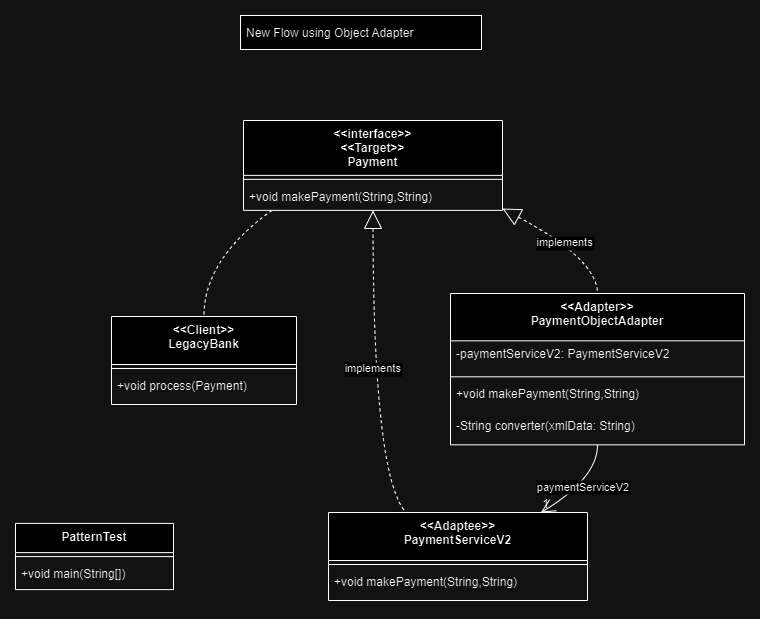
Above: docs/gurupalaniveltech.learning.structural.adapter/newflow_object.drawio.png in gurupalaniveltech/design-pattern (draw.io), before the change. Source tidied: cells renumbered, new cells last; positions are measured from the earlier drawing's top-left corner, leaving out a move shared by most shapes.
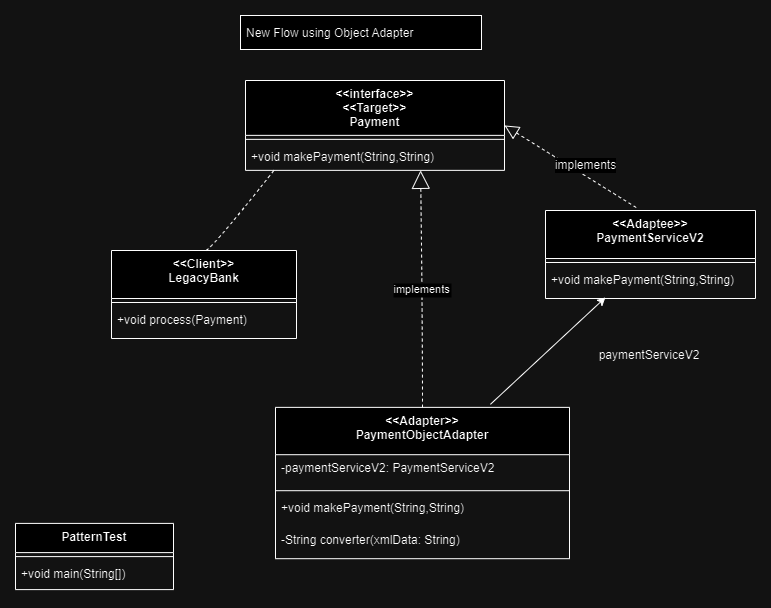
After the change.

The edit, as a diff of the source:
```diff
@@ -12,7 +12,7 @@
       <mxGeometry y="37.2" width="158" height="29" as="geometry" />
     </mxCell>
     <mxCell id="5" value="&lt;&lt;Client&gt;&gt;&#10;LegacyBank" style="swimlane;fontStyle=1;align=center;verticalAlign=top;horizontal=1;startSize=48;" parent="1" vertex="1">
-      <mxGeometry x="96" y="301" width="185" height="88" as="geometry" />
+      <mxGeometry x="96" y="235" width="185" height="88" as="geometry" />
     </mxCell>
     <mxCell id="6" style="line;strokeWidth=1;fillColor=none;align=left;verticalAlign=middle;spacingTop=-1;spacingLeft=3;spacingRight=3;labelPosition=right;strokeColor=inherit;" parent="5" vertex="1">
       <mxGeometry y="48" width="185" height="8" as="geometry" />
@@ -21,7 +21,7 @@
       <mxGeometry y="56" width="185" height="32" as="geometry" />
     </mxCell>
     <mxCell id="8" value="&lt;&lt;interface&gt;&gt;&#10;&lt;&lt;Target&gt;&gt;&#10;Payment" style="swimlane;fontStyle=1;align=center;verticalAlign=top;horizontal=1;startSize=54.857142857142854;" parent="1" vertex="1">
-      <mxGeometry x="228" y="105" width="259" height="89.9" as="geometry" />
+      <mxGeometry x="230" y="65" width="259" height="89.9" as="geometry" />
     </mxCell>
     <mxCell id="9" style="line;strokeWidth=1;fillColor=none;align=left;verticalAlign=middle;spacingTop=-1;spacingLeft=3;spacingRight=3;labelPosition=right;strokeColor=inherit;" parent="8" vertex="1">
       <mxGeometry y="54.9" width="259" height="8" as="geometry" />
@@ -30,16 +30,16 @@
       <mxGeometry y="62.9" width="259" height="27" as="geometry" />
     </mxCell>
     <mxCell id="11" value="&lt;&lt;Adaptee&gt;&gt;&#10;PaymentServiceV2" style="swimlane;fontStyle=1;align=center;verticalAlign=top;horizontal=1;startSize=48;" parent="1" vertex="1">
-      <mxGeometry x="313" y="497" width="259" height="88" as="geometry" />
+      <mxGeometry x="530" y="195" width="210" height="88" as="geometry" />
     </mxCell>
     <mxCell id="12" style="line;strokeWidth=1;fillColor=none;align=left;verticalAlign=middle;spacingTop=-1;spacingLeft=3;spacingRight=3;labelPosition=right;strokeColor=inherit;" parent="11" vertex="1">
-      <mxGeometry y="48" width="259" height="8" as="geometry" />
+      <mxGeometry y="48" width="210" height="8" as="geometry" />
     </mxCell>
     <mxCell id="13" value="+void makePayment(String,String)" style="text;strokeColor=none;fillColor=none;align=left;verticalAlign=top;spacingLeft=4;spacingRight=4;overflow=hidden;" parent="11" vertex="1">
-      <mxGeometry y="56" width="259" height="32" as="geometry" />
+      <mxGeometry y="56" width="210" height="32" as="geometry" />
     </mxCell>
     <mxCell id="14" value="&lt;&lt;Adapter&gt;&gt;&#10;PaymentObjectAdapter" style="swimlane;fontStyle=1;align=center;verticalAlign=top;horizontal=1;startSize=47.333333333333336;" parent="1" vertex="1">
-      <mxGeometry x="435" y="278" width="294" height="151.3" as="geometry" />
+      <mxGeometry x="260" y="391.9" width="294" height="151.3" as="geometry" />
     </mxCell>
     <mxCell id="15" value="-paymentServiceV2: PaymentServiceV2" style="text;strokeColor=none;fillColor=none;align=left;verticalAlign=top;spacingLeft=4;spacingRight=4;overflow=hidden;" parent="14" vertex="1">
       <mxGeometry y="47.3" width="294" height="32" as="geometry" />
@@ -63,29 +63,27 @@
         </Array>
       </mxGeometry>
     </mxCell>
-    <mxCell id="21" value="implements" style="curved=1;dashed=1;startArrow=block;startSize=16;startFill=0;endArrow=none;exitX=1;exitY=0.98;entryX=0.5;entryY=0;rounded=0;" parent="1" edge="1" source="8" target="14">
+    <mxCell id="21" value="implements" style="curved=1;dashed=1;startArrow=block;startSize=16;startFill=0;endArrow=none;exitX=0.869;exitY=1.116;entryX=0.5;entryY=0;rounded=0;exitDx=0;exitDy=0;exitPerimeter=0;" parent="1" edge="1" target="14">
       <mxGeometry relative="1" as="geometry">
+        <mxPoint x="405.1" y="154.9" as="sourcePoint" />
         <Array as="points">
-          <mxPoint x="582" y="244" />
+          <mxPoint x="407" y="302.8" />
         </Array>
       </mxGeometry>
     </mxCell>
+    <mxCell id="25" style="endArrow=block;dashed=1;endFill=0;endSize=12;html=1;rounded=0;exitX=0.432;exitY=-0.034;exitDx=0;exitDy=0;exitPerimeter=0;entryX=1;entryY=0.5;entryDx=0;entryDy=0;" parent="1" edge="1" source="11" target="8">
+      <mxGeometry relative="1" as="geometry" />
+    </mxCell>
+    <mxCell id="26" style="endArrow=classic;html=1;rounded=0;exitX=0.731;exitY=-0.02;exitDx=0;exitDy=0;exitPerimeter=0;" parent="1" edge="1" source="14">
+      <mxGeometry relative="1" as="geometry">
+        <mxPoint x="590" y="281.9" as="targetPoint" />
+      </mxGeometry>
+    </mxCell>
+    <mxCell id="23" value="&lt;span style=&quot;text-align: left; white-space: nowrap;&quot;&gt;paymentServiceV2&lt;/span&gt;" style="text;html=1;align=center;verticalAlign=middle;whiteSpace=wrap;rounded=0;" parent="1" vertex="1">
+      <mxGeometry x="604" y="325" width="60" height="30" as="geometry" />
+    </mxCell>
-    <mxCell id="22" value="implements" style="curved=1;dashed=1;startArrow=block;startSize=16;startFill=0;endArrow=none;exitX=0.5;exitY=1;entryX=0.3;entryY=0;rounded=0;" parent="1" edge="1" source="8" target="11">
-      <mxGeometry relative="1" as="geometry">
-        <Array as="points">
-          <mxPoint x="358" y="463" />
-        </Array>
-      </mxGeometry>
+    <mxCell id="22" value="implements" style="text;html=1;align=center;verticalAlign=middle;rounded=0;labelBackgroundColor=default;" parent="1" vertex="1">
+      <mxGeometry x="540" y="135" width="60" height="30" as="geometry" />
     </mxCell>
-    <mxCell id="23" value="paymentServiceV2" style="curved=1;startArrow=none;endArrow=open;endSize=12;exitX=0.5;exitY=1;entryX=0.82;entryY=0;rounded=0;" parent="1" edge="1" source="14" target="11">
-      <mxGeometry relative="1" as="geometry">
-        <Array as="points">
-          <mxPoint x="582" y="463" />
-        </Array>
-      </mxGeometry>
-    </mxCell>
-    <mxCell id="24" value="1" style="edgeLabel;labelBackgroundColor=none;fontSize=12;align=left;verticalAlign=bottom;" parent="23" vertex="1">
-      <mxGeometry x="1" relative="1" as="geometry" />
-    </mxCell>
   </root>
 </mxGraphModel>
```
